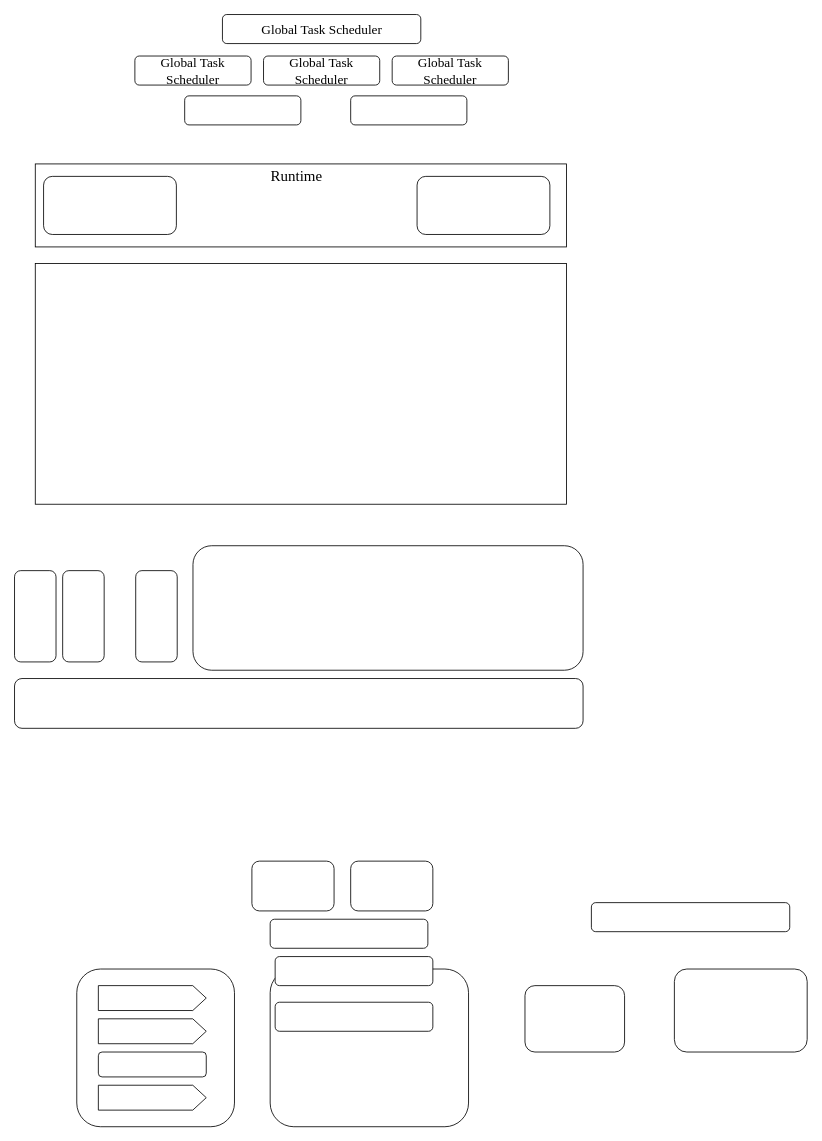
Above: system_overview.drawio in icszhr/CHORD (draw.io), before the change. Source tidied: cells renumbered, new cells numbered last; positions are measured from the earlier drawing's top-left corner, leaving out a move shared by most shapes. Both pictures are drawn from the tidied source at 83%, with x=0, y=0 at pixel (14, 14).
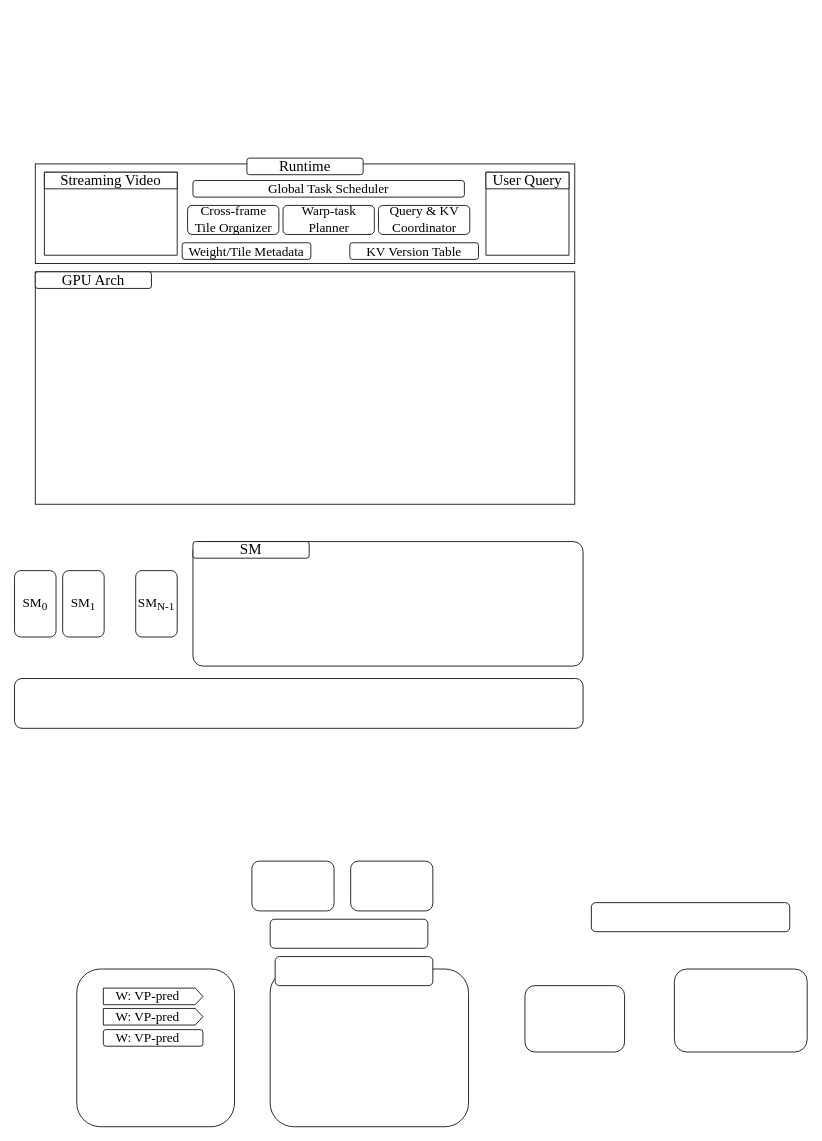
The same page after the edit.

What changed in the source:
```diff
@@
     <mxCell id="2" style="rounded=0;whiteSpace=wrap;html=1;" parent="1" vertex="1">
-      <mxGeometry x="25" y="180" width="640" height="100" as="geometry" />
+      <mxGeometry x="25" y="180" width="650" height="120" as="geometry" />
     </mxCell>
-    <mxCell id="3" value="Runtime" style="text;html=1;whiteSpace=wrap;strokeColor=none;fillColor=none;align=center;verticalAlign=middle;rounded=0;fontSize=18;fontFamily=Times New Roman;" parent="1" vertex="1">
-      <mxGeometry x="310" y="180" width="60" height="30" as="geometry" />
-    </mxCell>
-    <mxCell id="4" style="rounded=1;whiteSpace=wrap;html=1;roundedPerimeter=1;" parent="1" vertex="1">
-      <mxGeometry x="35" y="195" width="160" height="70" as="geometry" />
-    </mxCell>
-    <mxCell id="5" style="rounded=1;whiteSpace=wrap;html=1;roundedPerimeter=1;" parent="1" vertex="1">
-      <mxGeometry x="485" y="195" width="160" height="70" as="geometry" />
-    </mxCell>
     <mxCell id="6" value="Global Task Scheduler" style="rounded=1;whiteSpace=wrap;html=1;roundedPerimeter=1;fontSize=16;fontFamily=Times New Roman;" parent="1" vertex="1">
-      <mxGeometry x="250.5" width="239" height="35" as="geometry" />
+      <mxGeometry x="215" y="200" width="327" height="20" as="geometry" />
     </mxCell>
-    <mxCell id="7" value="Global Task Scheduler" style="rounded=1;whiteSpace=wrap;html=1;roundedPerimeter=1;fontSize=16;fontFamily=Times New Roman;" parent="1" vertex="1">
-      <mxGeometry x="145" y="50" width="140" height="35" as="geometry" />
+    <mxCell id="7" value="Cross-frame&lt;div&gt;Tile Organizer&lt;/div&gt;" style="rounded=1;whiteSpace=wrap;html=1;roundedPerimeter=1;fontSize=16;fontFamily=Times New Roman;spacingLeft=0;spacingBottom=4;" parent="1" vertex="1">
+      <mxGeometry x="208.5" y="230" width="110" height="35" as="geometry" />
     </mxCell>
-    <mxCell id="8" value="Global Task Scheduler" style="rounded=1;whiteSpace=wrap;html=1;roundedPerimeter=1;fontSize=16;fontFamily=Times New Roman;" parent="1" vertex="1">
-      <mxGeometry x="300" y="50" width="140" height="35" as="geometry" />
+    <mxCell id="8" value="Warp-task&lt;div&gt;Planner&lt;/div&gt;" style="rounded=1;whiteSpace=wrap;html=1;roundedPerimeter=1;fontSize=16;fontFamily=Times New Roman;spacingLeft=0;spacingBottom=4;" parent="1" vertex="1">
+      <mxGeometry x="323.5" y="230" width="110" height="35" as="geometry" />
     </mxCell>
-    <mxCell id="9" value="Global Task Scheduler" style="rounded=1;whiteSpace=wrap;html=1;roundedPerimeter=1;fontSize=16;fontFamily=Times New Roman;" parent="1" vertex="1">
-      <mxGeometry x="455" y="50" width="140" height="35" as="geometry" />
+    <mxCell id="9" value="Query &amp;amp; KV&lt;div&gt;Coordinator&lt;/div&gt;" style="rounded=1;whiteSpace=wrap;html=1;roundedPerimeter=1;fontSize=16;fontFamily=Times New Roman;spacingLeft=0;spacingBottom=4;" parent="1" vertex="1">
+      <mxGeometry x="438.5" y="230" width="110" height="35" as="geometry" />
     </mxCell>
-    <mxCell id="10" style="rounded=1;whiteSpace=wrap;html=1;roundedPerimeter=1;fontSize=16;fontFamily=Times New Roman;" parent="1" vertex="1">
-      <mxGeometry x="205" y="98" width="140" height="35" as="geometry" />
+    <mxCell id="10" value="Weight/Tile Metadata" style="rounded=1;whiteSpace=wrap;html=1;roundedPerimeter=1;fontSize=16;fontFamily=Times New Roman;" parent="1" vertex="1">
+      <mxGeometry x="202" y="275" width="155" height="20" as="geometry" />
     </mxCell>
-    <mxCell id="11" style="rounded=1;whiteSpace=wrap;html=1;roundedPerimeter=1;fontSize=16;fontFamily=Times New Roman;" parent="1" vertex="1">
-      <mxGeometry x="405" y="98" width="140" height="35" as="geometry" />
+    <mxCell id="11" value="&lt;span style=&quot;font-size: 18px;&quot;&gt;Runtime&lt;/span&gt;" style="rounded=1;whiteSpace=wrap;html=1;roundedPerimeter=1;fontSize=16;fontFamily=Times New Roman;" parent="1" vertex="1">
+      <mxGeometry x="280" y="173" width="140" height="20" as="geometry" />
     </mxCell>
     <mxCell id="12" style="rounded=0;whiteSpace=wrap;html=1;" parent="1" vertex="1">
-      <mxGeometry x="25" y="300" width="640" height="290" as="geometry" />
+      <mxGeometry x="25" y="310" width="650" height="280" as="geometry" />
     </mxCell>
-    <mxCell id="13" style="rounded=1;whiteSpace=wrap;html=1;roundedPerimeter=1;" parent="1" vertex="1">
-      <mxGeometry y="670" width="50" height="110" as="geometry" />
+    <mxCell id="13" value="SM&lt;sub&gt;0&lt;/sub&gt;" style="rounded=1;whiteSpace=wrap;html=1;roundedPerimeter=1;fontFamily=Times New Roman;fontSize=16;" parent="1" vertex="1">
+      <mxGeometry y="670" width="50" height="80" as="geometry" />
     </mxCell>
-    <mxCell id="14" style="rounded=1;whiteSpace=wrap;html=1;roundedPerimeter=1;" parent="1" vertex="1">
-      <mxGeometry x="58" y="670" width="50" height="110" as="geometry" />
+    <mxCell id="14" value="SM&lt;sub&gt;1&lt;/sub&gt;" style="rounded=1;whiteSpace=wrap;html=1;roundedPerimeter=1;fontFamily=Times New Roman;fontSize=16;" parent="1" vertex="1">
+      <mxGeometry x="58" y="670" width="50" height="80" as="geometry" />
     </mxCell>
-    <mxCell id="15" style="rounded=1;whiteSpace=wrap;html=1;roundedPerimeter=1;" parent="1" vertex="1">
-      <mxGeometry x="146" y="670" width="50" height="110" as="geometry" />
+    <mxCell id="15" value="SM&lt;sub&gt;N-1&lt;/sub&gt;" style="rounded=1;whiteSpace=wrap;html=1;roundedPerimeter=1;fontFamily=Times New Roman;fontSize=16;" parent="1" vertex="1">
+      <mxGeometry x="146" y="670" width="50" height="80" as="geometry" />
     </mxCell>
@@
-    <mxCell id="17" style="rounded=1;whiteSpace=wrap;html=1;roundedPerimeter=1;" parent="1" vertex="1">
-      <mxGeometry x="215" y="640" width="470" height="150" as="geometry" />
+    <mxCell id="17" style="rounded=1;whiteSpace=wrap;html=1;roundedPerimeter=1;arcSize=8;" parent="1" vertex="1">
+      <mxGeometry x="215" y="635" width="470" height="150" as="geometry" />
     </mxCell>
@@
-    <mxCell id="19" style="shape=offPageConnector;whiteSpace=wrap;html=1;rotation=-90;size=0.125;" parent="1" vertex="1">
-      <mxGeometry x="151" y="1120" width="30" height="130" as="geometry" />
+    <mxCell id="19" style="shape=offPageConnector;whiteSpace=wrap;html=1;rotation=-90;size=0.07692307692307693;" parent="1" vertex="1">
+      <mxGeometry x="157" y="1123" width="20" height="120" as="geometry" />
     </mxCell>
-    <mxCell id="20" style="shape=offPageConnector;whiteSpace=wrap;html=1;rotation=-90;size=0.125;" parent="1" vertex="1">
-      <mxGeometry x="151" y="1160" width="30" height="130" as="geometry" />
-    </mxCell>
-    <mxCell id="21" style="shape=offPageConnector;whiteSpace=wrap;html=1;rotation=-90;size=0.125;" parent="1" vertex="1">
-      <mxGeometry x="151" y="1240" width="30" height="130" as="geometry" />
-    </mxCell>
-    <mxCell id="22" style="rounded=1;whiteSpace=wrap;html=1;roundedPerimeter=1;rotation=-90;" parent="1" vertex="1">
-      <mxGeometry x="151" y="1200" width="30" height="130" as="geometry" />
-    </mxCell>
@@
     <mxCell id="28" style="rounded=1;whiteSpace=wrap;html=1;roundedPerimeter=1;" parent="1" vertex="1">
-      <mxGeometry x="314" y="1190" width="190" height="35" as="geometry" />
+      <mxGeometry x="107" y="1223" width="120" height="20" as="geometry" />
     </mxCell>
@@
+    <mxCell id="32" style="verticalLabelPosition=bottom;verticalAlign=top;html=1;shape=mxgraph.basic.rect;fillColor2=none;strokeWidth=1;size=20;indent=5;labelPerimeter=1;" parent="1" vertex="1">
+      <mxGeometry x="36" y="190" width="160" height="100" as="geometry" />
+    </mxCell>
+    <mxCell id="33" style="verticalLabelPosition=bottom;verticalAlign=top;html=1;shape=mxgraph.basic.rect;fillColor2=none;strokeWidth=1;size=20;indent=5;labelPerimeter=1;" parent="1" vertex="1">
+      <mxGeometry x="36" y="190" width="160" height="20" as="geometry" />
+    </mxCell>
+    <mxCell id="34" value="Streaming Video" style="text;html=1;whiteSpace=wrap;strokeColor=none;fillColor=none;align=center;verticalAlign=middle;rounded=0;fontSize=18;fontFamily=Times New Roman;" parent="1" vertex="1">
+      <mxGeometry x="51" y="190" width="130" height="20" as="geometry" />
+    </mxCell>
+    <mxCell id="35" value="KV Version Table" style="rounded=1;whiteSpace=wrap;html=1;roundedPerimeter=1;fontSize=16;fontFamily=Times New Roman;" parent="1" vertex="1">
+      <mxGeometry x="404" y="275" width="155" height="20" as="geometry" />
+    </mxCell>
+    <mxCell id="36" style="verticalLabelPosition=bottom;verticalAlign=top;html=1;shape=mxgraph.basic.rect;fillColor2=none;strokeWidth=1;size=20;indent=5;labelPerimeter=1;" parent="1" vertex="1">
+      <mxGeometry x="568" y="190" width="100" height="100" as="geometry" />
+    </mxCell>
+    <mxCell id="37" style="verticalLabelPosition=bottom;verticalAlign=top;html=1;shape=mxgraph.basic.rect;fillColor2=none;strokeWidth=1;size=20;indent=5;labelPerimeter=1;" parent="1" vertex="1">
+      <mxGeometry x="568" y="190" width="100" height="20" as="geometry" />
+    </mxCell>
+    <mxCell id="38" value="User Query" style="text;html=1;whiteSpace=wrap;strokeColor=none;fillColor=none;align=center;verticalAlign=middle;rounded=0;fontSize=18;fontFamily=Times New Roman;" parent="1" vertex="1">
+      <mxGeometry x="553" y="190" width="130" height="20" as="geometry" />
+    </mxCell>
+    <mxCell id="39" value="&lt;span style=&quot;font-size: 18px;&quot;&gt;GPU Arch&lt;/span&gt;" style="rounded=1;whiteSpace=wrap;html=1;roundedPerimeter=1;fontSize=16;fontFamily=Times New Roman;" parent="1" vertex="1">
+      <mxGeometry x="25" y="310" width="140" height="20" as="geometry" />
+    </mxCell>
+    <mxCell id="40" value="&lt;span style=&quot;font-size: 18px;&quot;&gt;SM&lt;/span&gt;" style="rounded=1;whiteSpace=wrap;html=1;roundedPerimeter=1;fontSize=16;fontFamily=Times New Roman;" parent="1" vertex="1">
+      <mxGeometry x="215" y="635" width="140" height="20" as="geometry" />
+    </mxCell>
+    <mxCell id="41" value="&lt;sub&gt;&lt;span style=&quot;font-size: 16px;&quot;&gt;W: VP-pred&lt;/span&gt;&lt;/sub&gt;" style="text;html=1;whiteSpace=wrap;strokeColor=none;fillColor=none;align=center;verticalAlign=middle;rounded=0;fontFamily=Times New Roman;fontSize=16;" parent="1" vertex="1">
+      <mxGeometry x="119" y="1170" width="83" height="20" as="geometry" />
+    </mxCell>
+    <mxCell id="42" style="shape=offPageConnector;whiteSpace=wrap;html=1;rotation=-90;size=0.07692307692307693;" parent="1" vertex="1">
+      <mxGeometry x="157" y="1147.5" width="20" height="120" as="geometry" />
+    </mxCell>
+    <mxCell id="43" value="&lt;sub&gt;&lt;span style=&quot;font-size: 16px;&quot;&gt;W: VP-pred&lt;/span&gt;&lt;/sub&gt;" style="text;html=1;whiteSpace=wrap;strokeColor=none;fillColor=none;align=center;verticalAlign=middle;rounded=0;fontFamily=Times New Roman;fontSize=16;" parent="1" vertex="1">
+      <mxGeometry x="119" y="1194.5" width="83" height="20" as="geometry" />
+    </mxCell>
+    <mxCell id="44" value="&lt;sub&gt;&lt;span style=&quot;font-size: 16px;&quot;&gt;W: VP-pred&lt;/span&gt;&lt;/sub&gt;" style="text;html=1;whiteSpace=wrap;strokeColor=none;fillColor=none;align=center;verticalAlign=middle;rounded=0;fontFamily=Times New Roman;fontSize=16;" parent="1" vertex="1">
+      <mxGeometry x="119" y="1221" width="83" height="20" as="geometry" />
+    </mxCell>
```
